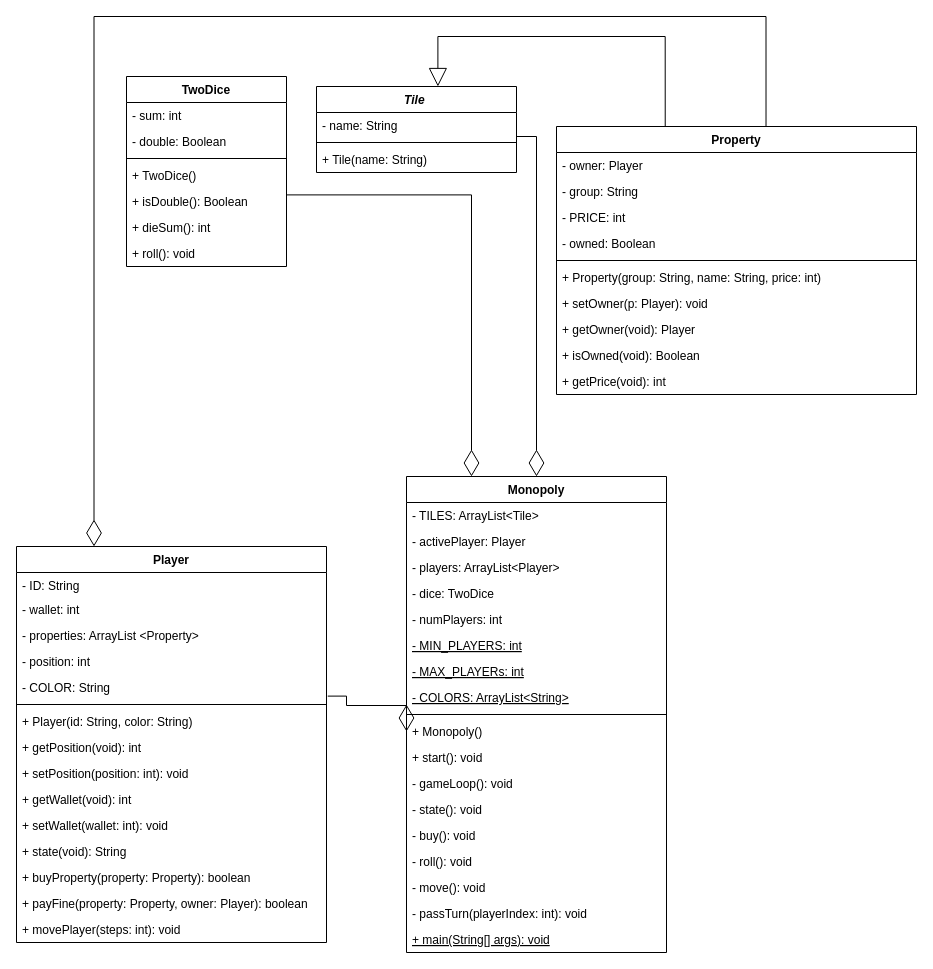
Above: MonoplyMilestone1.drawio in MiniEinsteinD/MonopolyGame (draw.io), before the change. Source tidied: cells renumbered, new cells numbered last; positions are measured from the earlier drawing's top-left corner, leaving out a move shared by most shapes. Both pictures are drawn from the tidied source at 100%, with x=0, y=0 at pixel (16, 16).
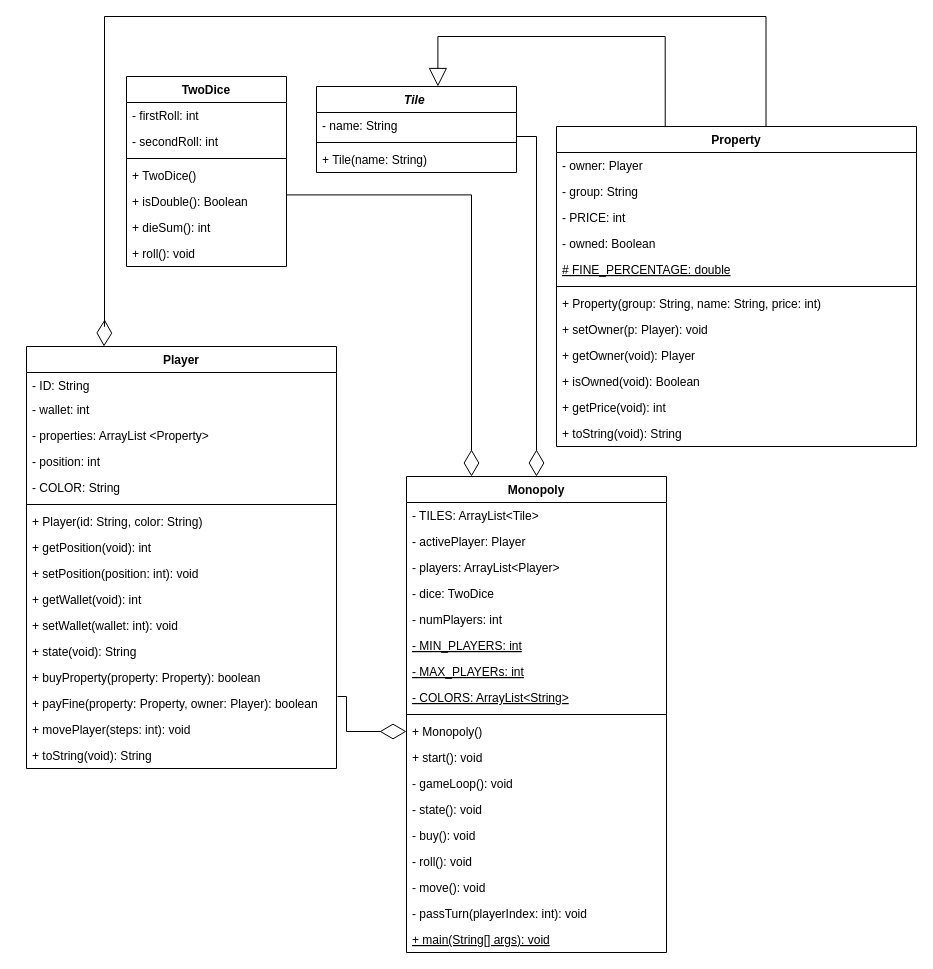
The same page after the edit.

Unchanged cells that the change refers to:
```xml
<mxCell id="18" value="- COLOR: String" style="text;strokeColor=none;fillColor=none;align=left;verticalAlign=top;spacingLeft=4;spacingRight=4;overflow=hidden;points=[[0,0.5],[1,0.5]];portConstraint=eastwest;" parent="13" vertex="1">
  <mxGeometry y="128" width="310" height="26" as="geometry" />
</mxCell>
<mxCell id="43" value="+ Monopoly()" style="text;strokeColor=none;fillColor=none;align=left;verticalAlign=top;spacingLeft=4;spacingRight=4;overflow=hidden;points=[[0,0.5],[1,0.5]];portConstraint=eastwest;" parent="33" vertex="1">
  <mxGeometry y="242" width="260" height="26" as="geometry" />
</mxCell>
<mxCell id="52" value="TwoDice" style="swimlane;fontStyle=1;align=center;verticalAlign=top;horizontal=1;startSize=26;" parent="1" vertex="1">
  <mxGeometry x="110" y="60" width="160" height="190" as="geometry" />
</mxCell>
```

What changed in the source:
```diff
@@
     <mxCell id="2" value="Property" style="swimlane;fontStyle=1;align=center;verticalAlign=top;horizontal=1;startSize=26;" parent="1" vertex="1">
-      <mxGeometry x="540" y="110" width="360" height="268" as="geometry" />
+      <mxGeometry x="540" y="110" width="360" height="320" as="geometry" />
     </mxCell>
@@
+    <mxCell id="65" value="# FINE_PERCENTAGE: double " style="text;strokeColor=none;fillColor=none;align=left;verticalAlign=top;spacingLeft=4;spacingRight=4;overflow=hidden;fontStyle=4;" parent="2" vertex="1">
+      <mxGeometry y="130" width="360" height="26" as="geometry" />
+    </mxCell>
     <mxCell id="7" style="line;strokeWidth=1;fillColor=none;align=left;verticalAlign=middle;spacingTop=-1;spacingLeft=3;spacingRight=3;labelPosition=right;" parent="2" vertex="1">
-      <mxGeometry y="130" width="360" height="8" as="geometry" />
+      <mxGeometry y="156" width="360" height="8" as="geometry" />
     </mxCell>
     <mxCell id="8" value="+ Property(group: String, name: String, price: int)" style="text;strokeColor=none;fillColor=none;align=left;verticalAlign=top;spacingLeft=4;spacingRight=4;overflow=hidden;" parent="2" vertex="1">
-      <mxGeometry y="138" width="360" height="26" as="geometry" />
+      <mxGeometry y="164" width="360" height="26" as="geometry" />
     </mxCell>
     <mxCell id="9" value="+ setOwner(p: Player): void" style="text;strokeColor=none;fillColor=none;align=left;verticalAlign=top;spacingLeft=4;spacingRight=4;overflow=hidden;" parent="2" vertex="1">
-      <mxGeometry y="164" width="360" height="26" as="geometry" />
+      <mxGeometry y="190" width="360" height="26" as="geometry" />
     </mxCell>
     <mxCell id="10" value="+ getOwner(void): Player" style="text;strokeColor=none;fillColor=none;align=left;verticalAlign=top;spacingLeft=4;spacingRight=4;overflow=hidden;" parent="2" vertex="1">
-      <mxGeometry y="190" width="360" height="26" as="geometry" />
+      <mxGeometry y="216" width="360" height="26" as="geometry" />
     </mxCell>
     <mxCell id="11" value="+ isOwned(void): Boolean" style="text;strokeColor=none;fillColor=none;align=left;verticalAlign=top;spacingLeft=4;spacingRight=4;overflow=hidden;" parent="2" vertex="1">
-      <mxGeometry y="216" width="360" height="26" as="geometry" />
+      <mxGeometry y="242" width="360" height="26" as="geometry" />
     </mxCell>
     <mxCell id="12" value="+ getPrice(void): int" style="text;strokeColor=none;fillColor=none;align=left;verticalAlign=top;spacingLeft=4;spacingRight=4;overflow=hidden;" parent="2" vertex="1">
-      <mxGeometry y="242" width="360" height="26" as="geometry" />
+      <mxGeometry y="268" width="360" height="26" as="geometry" />
     </mxCell>
+    <mxCell id="66" value="+ toString(void): String" style="text;strokeColor=none;fillColor=none;align=left;verticalAlign=top;spacingLeft=4;spacingRight=4;overflow=hidden;" parent="2" vertex="1">
+      <mxGeometry y="294" width="360" height="26" as="geometry" />
+    </mxCell>
     <mxCell id="13" value="Player" style="swimlane;fontStyle=1;align=center;verticalAlign=top;horizontal=1;startSize=26;" parent="1" vertex="1">
-      <mxGeometry y="530" width="310" height="396" as="geometry" />
+      <mxGeometry x="10" y="330" width="310" height="422" as="geometry" />
     </mxCell>
@@
+    <mxCell id="67" value="+ toString(void): String" style="text;strokeColor=none;fillColor=none;align=left;verticalAlign=top;spacingLeft=4;spacingRight=4;overflow=hidden;" parent="13" vertex="1">
+      <mxGeometry y="396" width="310" height="26" as="geometry" />
+    </mxCell>
@@
-    <mxCell id="53" value="- sum: int&#10;" style="text;strokeColor=none;fillColor=none;align=left;verticalAlign=top;spacingLeft=4;spacingRight=4;overflow=hidden;" parent="52" vertex="1">
+    <mxCell id="53" value="- firstRoll: int&#10;" style="text;strokeColor=none;fillColor=none;align=left;verticalAlign=top;spacingLeft=4;spacingRight=4;overflow=hidden;" parent="52" vertex="1">
       <mxGeometry y="26" width="160" height="26" as="geometry" />
     </mxCell>
-    <mxCell id="54" value="- double: Boolean&#10;" style="text;strokeColor=none;fillColor=none;align=left;verticalAlign=top;spacingLeft=4;spacingRight=4;overflow=hidden;" parent="52" vertex="1">
-      <mxGeometry y="52" width="160" height="26" as="geometry" />
-    </mxCell>
+    <mxCell id="68" value="- secondRoll: int&#10;" style="text;strokeColor=none;fillColor=none;align=left;verticalAlign=top;spacingLeft=4;spacingRight=4;overflow=hidden;" parent="52" vertex="1">
+      <mxGeometry y="52" width="160" height="26" as="geometry" />
+    </mxCell>
@@
-    <mxCell id="63" style="endArrow=diamondThin;endFill=0;endSize=24;html=1;rounded=0;edgeStyle=orthogonalEdgeStyle;entryX=0;entryY=0.5;entryDx=0;entryDy=0;exitX=1.004;exitY=0.831;exitDx=0;exitDy=0;exitPerimeter=0;" parent="1" edge="1" source="18" target="43">
+    <mxCell id="63" style="endArrow=diamondThin;endFill=0;endSize=24;html=1;rounded=0;edgeStyle=orthogonalEdgeStyle;entryX=0;entryY=0.5;entryDx=0;entryDy=0;" parent="1" edge="1" target="43">
       <mxGeometry relative="1" as="geometry">
+        <mxPoint x="321" y="680" as="sourcePoint" />
         <Array as="points">
           <mxPoint x="330" y="680" />
-          <mxPoint x="330" y="689" />
+          <mxPoint x="330" y="715" />
         </Array>
       </mxGeometry>
     </mxCell>
-    <mxCell id="64" style="endArrow=diamondThin;endFill=0;endSize=24;html=1;rounded=0;edgeStyle=orthogonalEdgeStyle;entryX=0.25;entryY=0;entryDx=0;entryDy=0;exitX=0.582;exitY=0;exitDx=0;exitDy=0;exitPerimeter=0;" parent="1" edge="1" source="2" target="13">
+    <mxCell id="64" style="endArrow=diamondThin;endFill=0;endSize=24;html=1;rounded=0;edgeStyle=orthogonalEdgeStyle;exitX=0.582;exitY=0;exitDx=0;exitDy=0;exitPerimeter=0;entryX=0.25;entryY=0;entryDx=0;entryDy=0;" parent="1" edge="1" source="2" target="13">
       <mxGeometry relative="1" as="geometry">
         <Array as="points">
           <mxPoint x="750" />
-          <mxPoint x="77" />
+          <mxPoint x="88" />
+          <mxPoint x="88" y="310" />
         </Array>
       </mxGeometry>
     </mxCell>
```
